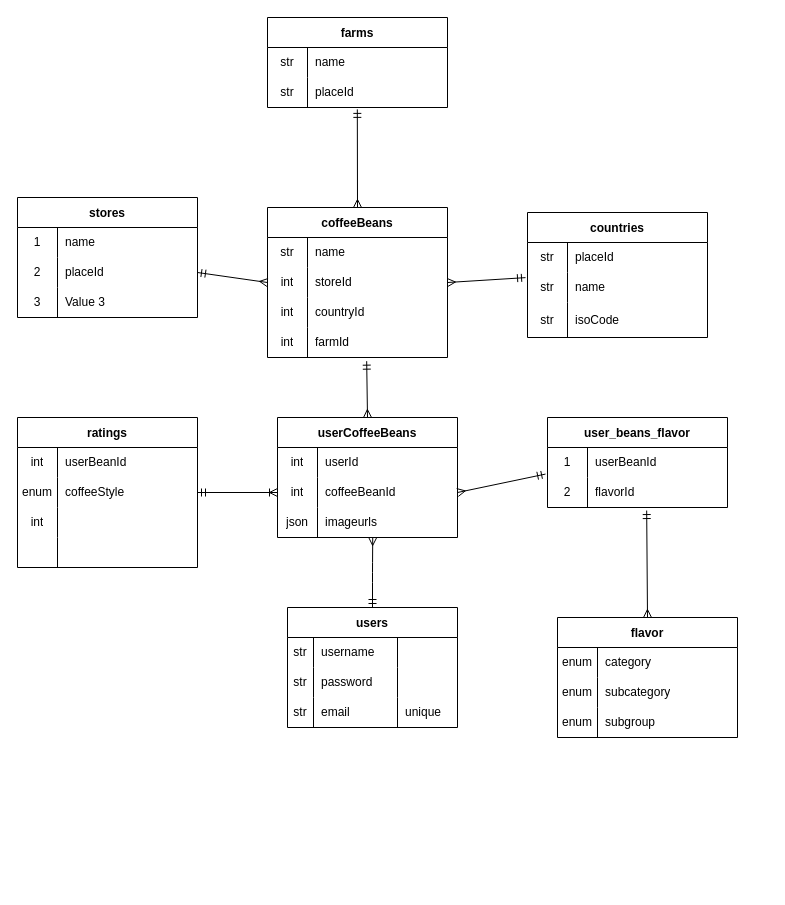
The draw.io diagram table.drawio in ina0311/coffee_bean, before the edit. Source tidied: cells renumbered, new cells numbered last; positions are measured from the earlier drawing's top-left corner, leaving out a move shared by most shapes. Both pictures are drawn from the tidied source at 100%, with x=0, y=0 at pixel (17, 17).
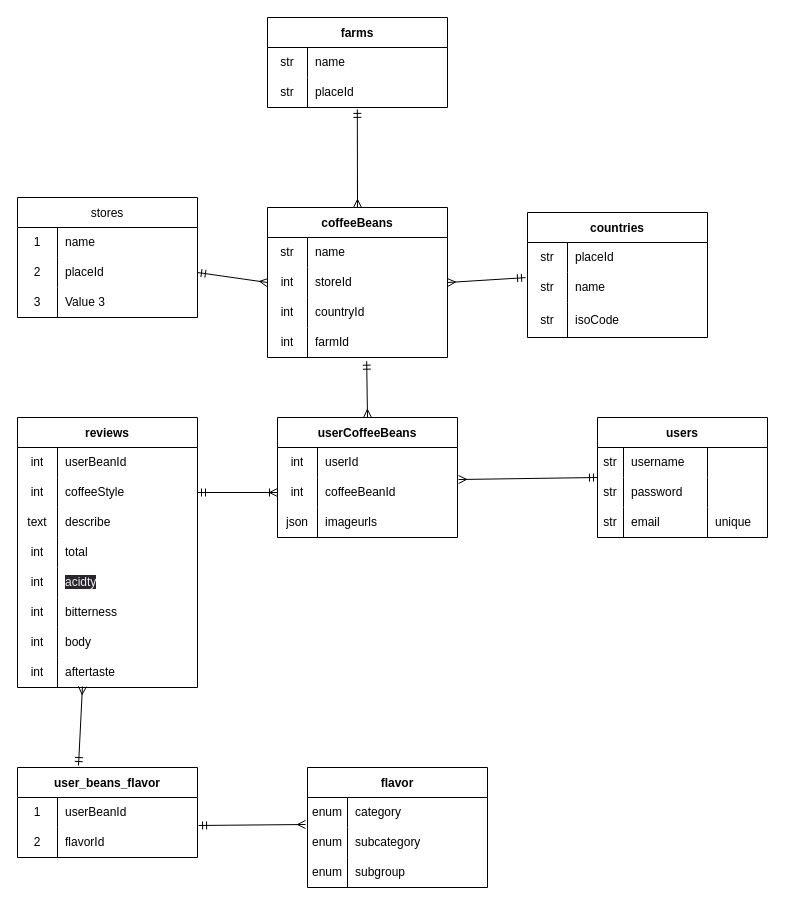
The same diagram, later.

The change refers to these unchanged cells:
```xml
<mxCell id="8" style="shape=tableRow;horizontal=0;startSize=0;swimlaneHead=0;swimlaneBody=0;top=0;left=0;bottom=0;right=0;fillColor=none;points=[[0,0.5],[1,0.5]];portConstraint=eastwest;" parent="3" vertex="1">
  <mxGeometry y="60" width="170" height="30" as="geometry" />
</mxCell>
<mxCell id="61" style="shape=tableRow;horizontal=0;startSize=0;swimlaneHead=0;swimlaneBody=0;top=0;left=0;bottom=0;right=0;fillColor=none;points=[[0,0.5],[1,0.5]];portConstraint=eastwest;" parent="57" vertex="1">
  <mxGeometry y="60" width="180" height="30" as="geometry" />
</mxCell>
<mxCell id="64" style="shape=tableRow;horizontal=0;startSize=0;swimlaneHead=0;swimlaneBody=0;top=0;left=0;bottom=0;right=0;fillColor=none;" parent="57" vertex="1">
  <mxGeometry y="90" width="180" height="30" as="geometry" />
</mxCell>
<mxCell id="67" style="shape=tableRow;horizontal=0;startSize=0;swimlaneHead=0;swimlaneBody=0;top=0;left=0;bottom=0;right=0;fillColor=none;" parent="57" vertex="1">
  <mxGeometry y="120" width="180" height="30" as="geometry" />
</mxCell>
<mxCell id="75" style="shape=tableRow;horizontal=0;startSize=0;swimlaneHead=0;swimlaneBody=0;top=0;left=0;bottom=0;right=0;fillColor=none;points=[[0,0.5],[1,0.5]];portConstraint=eastwest;" parent="71" vertex="1">
  <mxGeometry y="60" width="180" height="30" as="geometry" />
</mxCell>
<mxCell id="78" style="shape=tableRow;horizontal=0;startSize=0;swimlaneHead=0;swimlaneBody=0;top=0;left=0;bottom=0;right=0;fillColor=none;points=[[0,0.5],[1,0.5]];portConstraint=eastwest;" parent="71" vertex="1">
  <mxGeometry y="90" width="180" height="30" as="geometry" />
</mxCell>
<mxCell id="83" style="shape=tableRow;horizontal=0;startSize=0;swimlaneHead=0;swimlaneBody=0;top=0;left=0;bottom=0;right=0;fillColor=none;points=[[0,0.5],[1,0.5]];portConstraint=eastwest;" parent="82" vertex="1">
  <mxGeometry y="30" width="180" height="30" as="geometry" />
</mxCell>
<mxCell id="96" style="shape=tableRow;horizontal=0;startSize=0;swimlaneHead=0;swimlaneBody=0;top=0;left=0;bottom=0;right=0;fillColor=none;points=[[0,0.5],[1,0.5]];portConstraint=eastwest;" parent="92" vertex="1">
  <mxGeometry y="60" width="180" height="30" as="geometry" />
</mxCell>
```

What changed in the source:
```diff
@@
-    <mxCell id="2" style="edgeStyle=orthogonalEdgeStyle;html=1;exitX=0.5;exitY=0;exitDx=0;exitDy=0;entryX=0.529;entryY=1;entryDx=0;entryDy=0;entryPerimeter=0;endArrow=ERmany;endFill=0;startArrow=ERmandOne;startFill=0;" parent="1" edge="1" source="3" target="78">
+    <mxCell id="2" style="html=1;exitX=0;exitY=0;exitDx=0;exitDy=0;entryX=1.006;entryY=0.067;entryDx=0;entryDy=0;entryPerimeter=0;endArrow=ERmany;endFill=0;startArrow=ERmandOne;startFill=0;exitPerimeter=0;" parent="1" edge="1" source="8" target="75">
       <mxGeometry relative="1" as="geometry" />
     </mxCell>
     <mxCell id="3" value="users" style="shape=table;startSize=30;childLayout=tableLayout;rowLines=0;fontStyle=1;" parent="1" vertex="1">
-      <mxGeometry x="270" y="590" width="170" height="120" as="geometry" />
+      <mxGeometry x="580" y="400" width="170" height="120" as="geometry" />
     </mxCell>
@@
-    <mxCell id="47" value="stores" style="shape=table;startSize=30;childLayout=tableLayout;rowLines=0;fontStyle=1;" parent="1" vertex="1">
+    <mxCell id="47" value="stores" style="shape=table;startSize=30;childLayout=tableLayout;rowLines=0;fontStyle=0;" parent="1" vertex="1">
       <mxGeometry y="180" width="180" height="120" as="geometry" />
     </mxCell>
@@
-    <mxCell id="57" value="ratings" style="shape=table;startSize=30;childLayout=tableLayout;rowLines=0;fontStyle=1;" parent="1" vertex="1">
-      <mxGeometry y="400" width="180" height="150" as="geometry" />
+    <mxCell id="57" value="reviews" style="shape=table;startSize=30;childLayout=tableLayout;rowLines=0;fontStyle=1;" parent="1" vertex="1">
+      <mxGeometry y="400" width="180" height="270" as="geometry" />
     </mxCell>
@@
-    <mxCell id="62" value="enum" style="shape=partialRectangle;html=1;whiteSpace=wrap;fillColor=none;top=0;left=0;bottom=0;right=0;overflow=hidden;" parent="61" vertex="1">
+    <mxCell id="62" value="int" style="shape=partialRectangle;html=1;whiteSpace=wrap;fillColor=none;top=0;left=0;bottom=0;right=0;overflow=hidden;" parent="61" vertex="1">
       <mxGeometry width="40" height="30" as="geometry" />
     </mxCell>
@@
-    <mxCell id="65" value="int" style="shape=partialRectangle;html=1;whiteSpace=wrap;fillColor=none;top=0;left=0;bottom=0;right=0;overflow=hidden;" parent="64" vertex="1">
+    <mxCell id="65" value="text" style="shape=partialRectangle;html=1;whiteSpace=wrap;fillColor=none;top=0;left=0;bottom=0;right=0;overflow=hidden;" parent="64" vertex="1">
       <mxGeometry width="40" height="30" as="geometry" />
     </mxCell>
-    <mxCell id="66" style="shape=partialRectangle;html=1;whiteSpace=wrap;fillColor=none;top=0;left=0;bottom=0;right=0;align=left;spacingLeft=6;overflow=hidden;" parent="64" vertex="1">
+    <mxCell id="66" value="describe" style="shape=partialRectangle;html=1;whiteSpace=wrap;fillColor=none;top=0;left=0;bottom=0;right=0;align=left;spacingLeft=6;overflow=hidden;" parent="64" vertex="1">
       <mxGeometry x="40" width="140" height="30" as="geometry" />
     </mxCell>
@@
-    <mxCell id="68" style="shape=partialRectangle;html=1;whiteSpace=wrap;fillColor=none;top=0;left=0;bottom=0;right=0;overflow=hidden;" parent="67" vertex="1">
+    <mxCell id="68" value="int" style="shape=partialRectangle;html=1;whiteSpace=wrap;fillColor=none;top=0;left=0;bottom=0;right=0;overflow=hidden;" parent="67" vertex="1">
       <mxGeometry width="40" height="30" as="geometry" />
     </mxCell>
-    <mxCell id="69" style="shape=partialRectangle;html=1;whiteSpace=wrap;fillColor=none;top=0;left=0;bottom=0;right=0;align=left;spacingLeft=6;overflow=hidden;" parent="67" vertex="1">
+    <mxCell id="69" value="total" style="shape=partialRectangle;html=1;whiteSpace=wrap;fillColor=none;top=0;left=0;bottom=0;right=0;align=left;spacingLeft=6;overflow=hidden;" parent="67" vertex="1">
       <mxGeometry x="40" width="140" height="30" as="geometry" />
     </mxCell>
+    <mxCell id="103" style="shape=tableRow;horizontal=0;startSize=0;swimlaneHead=0;swimlaneBody=0;top=0;left=0;bottom=0;right=0;fillColor=none;" parent="57" vertex="1">
+      <mxGeometry y="150" width="180" height="30" as="geometry" />
+    </mxCell>
+    <mxCell id="104" value="int" style="shape=partialRectangle;html=1;whiteSpace=wrap;fillColor=none;top=0;left=0;bottom=0;right=0;overflow=hidden;" parent="103" vertex="1">
+      <mxGeometry width="40" height="30" as="geometry" />
+    </mxCell>
+    <mxCell id="105" value="&lt;span style=&quot;color: rgb(240, 240, 240); font-family: Helvetica; font-size: 12px; font-style: normal; font-variant-ligatures: normal; font-variant-caps: normal; font-weight: 400; letter-spacing: normal; orphans: 2; text-align: left; text-indent: 0px; text-transform: none; widows: 2; word-spacing: 0px; -webkit-text-stroke-width: 0px; background-color: rgb(42, 37, 47); text-decoration-thickness: initial; text-decoration-style: initial; text-decoration-color: initial; float: none; display: inline !important;&quot;&gt;acidty&lt;/span&gt;" style="shape=partialRectangle;html=1;whiteSpace=wrap;fillColor=none;top=0;left=0;bottom=0;right=0;align=left;spacingLeft=6;overflow=hidden;" parent="103" vertex="1">
+      <mxGeometry x="40" width="140" height="30" as="geometry" />
+    </mxCell>
+    <mxCell id="106" style="shape=tableRow;horizontal=0;startSize=0;swimlaneHead=0;swimlaneBody=0;top=0;left=0;bottom=0;right=0;fillColor=none;" parent="57" vertex="1">
+      <mxGeometry y="180" width="180" height="30" as="geometry" />
+    </mxCell>
+    <mxCell id="107" value="int" style="shape=partialRectangle;html=1;whiteSpace=wrap;fillColor=none;top=0;left=0;bottom=0;right=0;overflow=hidden;" parent="106" vertex="1">
+      <mxGeometry width="40" height="30" as="geometry" />
+    </mxCell>
+    <mxCell id="108" value="bitterness" style="shape=partialRectangle;html=1;whiteSpace=wrap;fillColor=none;top=0;left=0;bottom=0;right=0;align=left;spacingLeft=6;overflow=hidden;" parent="106" vertex="1">
+      <mxGeometry x="40" width="140" height="30" as="geometry" />
+    </mxCell>
+    <mxCell id="109" style="shape=tableRow;horizontal=0;startSize=0;swimlaneHead=0;swimlaneBody=0;top=0;left=0;bottom=0;right=0;fillColor=none;" parent="57" vertex="1">
+      <mxGeometry y="210" width="180" height="30" as="geometry" />
+    </mxCell>
+    <mxCell id="110" value="int" style="shape=partialRectangle;html=1;whiteSpace=wrap;fillColor=none;top=0;left=0;bottom=0;right=0;overflow=hidden;" parent="109" vertex="1">
+      <mxGeometry width="40" height="30" as="geometry" />
+    </mxCell>
+    <mxCell id="111" value="body" style="shape=partialRectangle;html=1;whiteSpace=wrap;fillColor=none;top=0;left=0;bottom=0;right=0;align=left;spacingLeft=6;overflow=hidden;" parent="109" vertex="1">
+      <mxGeometry x="40" width="140" height="30" as="geometry" />
+    </mxCell>
+    <mxCell id="112" style="shape=tableRow;horizontal=0;startSize=0;swimlaneHead=0;swimlaneBody=0;top=0;left=0;bottom=0;right=0;fillColor=none;points=[[0,0.5],[1,0.5]];portConstraint=eastwest;" parent="57" vertex="1">
+      <mxGeometry y="240" width="180" height="30" as="geometry" />
+    </mxCell>
+    <mxCell id="113" value="int" style="shape=partialRectangle;html=1;whiteSpace=wrap;fillColor=none;top=0;left=0;bottom=0;right=0;overflow=hidden;" parent="112" vertex="1">
+      <mxGeometry width="40" height="30" as="geometry" />
+    </mxCell>
+    <mxCell id="114" value="aftertaste" style="shape=partialRectangle;html=1;whiteSpace=wrap;fillColor=none;top=0;left=0;bottom=0;right=0;align=left;spacingLeft=6;overflow=hidden;" parent="112" vertex="1">
+      <mxGeometry x="40" width="140" height="30" as="geometry" />
+    </mxCell>
@@
-    <mxCell id="81" style="edgeStyle=none;html=1;exitX=0.5;exitY=0;exitDx=0;exitDy=0;entryX=0.551;entryY=1.102;entryDx=0;entryDy=0;entryPerimeter=0;startArrow=ERmany;startFill=0;endArrow=ERmandOne;endFill=0;" parent="1" edge="1" source="82" target="96">
+    <mxCell id="81" style="edgeStyle=none;html=1;exitX=-0.011;exitY=0.9;exitDx=0;exitDy=0;entryX=1.006;entryY=-0.067;entryDx=0;entryDy=0;entryPerimeter=0;startArrow=ERmany;startFill=0;endArrow=ERmandOne;endFill=0;exitPerimeter=0;" parent="1" edge="1" source="83" target="96">
       <mxGeometry relative="1" as="geometry" />
     </mxCell>
     <mxCell id="82" value="flavor" style="shape=table;startSize=30;childLayout=tableLayout;rowLines=0;fontStyle=1;" parent="1" vertex="1">
-      <mxGeometry x="540" y="600" width="180" height="120" as="geometry" />
+      <mxGeometry x="290" y="750" width="180" height="120" as="geometry" />
     </mxCell>
@@
     <mxCell id="92" value="user_beans_flavor" style="shape=table;startSize=30;childLayout=tableLayout;rowLines=0;fontStyle=1;" parent="1" vertex="1">
-      <mxGeometry x="530" y="400" width="180" height="90" as="geometry" />
+      <mxGeometry y="750" width="180" height="90" as="geometry" />
     </mxCell>
@@
-    <mxCell id="102" style="edgeStyle=none;html=1;exitX=1;exitY=0.5;exitDx=0;exitDy=0;entryX=-0.011;entryY=-0.114;entryDx=0;entryDy=0;entryPerimeter=0;startArrow=ERmany;startFill=0;endArrow=ERmandOne;endFill=0;" parent="1" edge="1" source="75" target="96">
+    <mxCell id="102" style="edgeStyle=none;html=1;entryX=0.339;entryY=-0.022;entryDx=0;entryDy=0;entryPerimeter=0;startArrow=ERmany;startFill=0;endArrow=ERmandOne;endFill=0;exitX=0.361;exitY=0.967;exitDx=0;exitDy=0;exitPerimeter=0;" parent="1" edge="1" source="112" target="92">
       <mxGeometry relative="1" as="geometry" />
     </mxCell>
```
